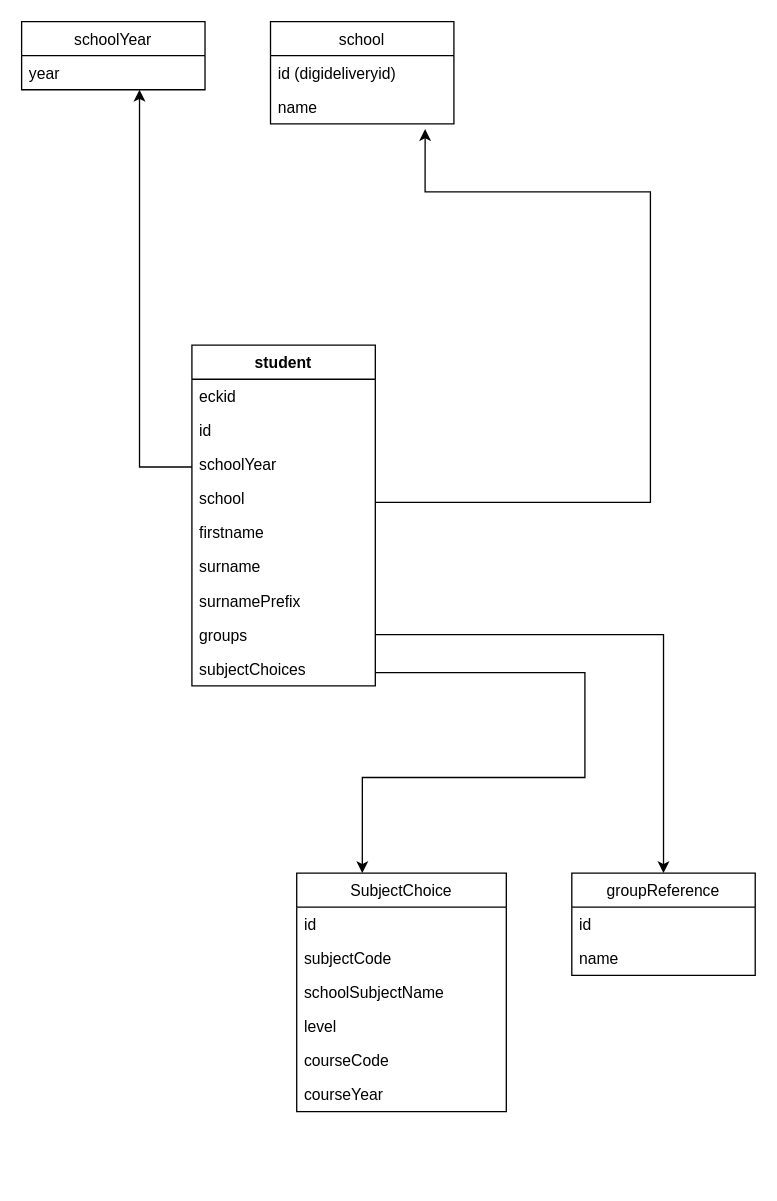
stichtingsem/ecosystem keeps this draw.io diagram as page "Student" (2 of 3) of documentation/diagrams/SIS-Entity-Diagram.drawio. Above is the earlier version. Source tidied: cells renumbered, new cells numbered last; positions are measured from the earlier drawing's top-left corner, leaving out a move shared by most shapes. Both pictures are drawn from the tidied source at 131%, with x=0, y=0 at pixel (21, 21).
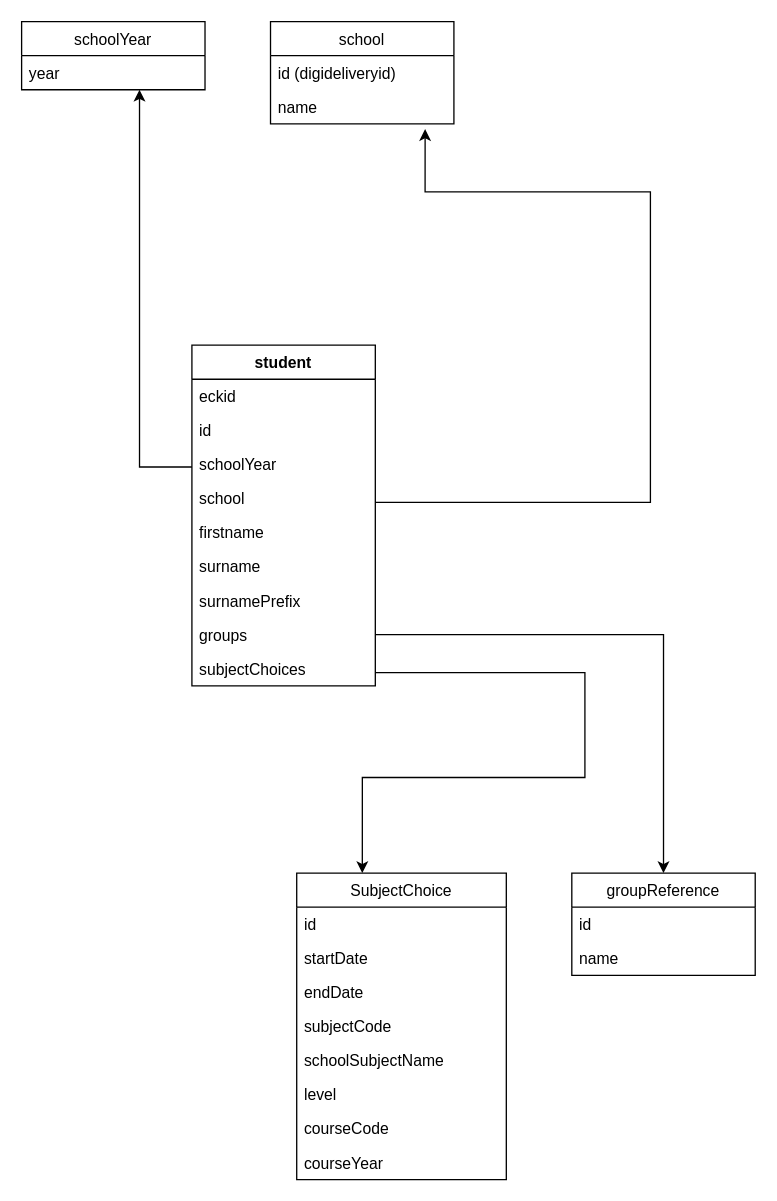
The same page after the edit.

Diff of the diagram source:
```diff
@@
     <mxCell id="2" value="SubjectChoice" style="swimlane;fontStyle=0;horizontal=1;startSize=26;fillColor=none;" parent="1" vertex="1">
-      <mxGeometry x="210" y="650" width="160" height="182" as="geometry" />
+      <mxGeometry x="210" y="650" width="160" height="234" as="geometry" />
     </mxCell>
+    <mxCell id="31" value="id" style="text;strokeColor=none;fillColor=none;align=left;verticalAlign=top;spacingLeft=4;spacingRight=4;overflow=hidden;" parent="2" vertex="1">
+      <mxGeometry y="26" width="160" height="26" as="geometry" />
+    </mxCell>
+    <mxCell id="32" value="startDate" style="text;strokeColor=none;fillColor=none;align=left;verticalAlign=top;spacingLeft=4;spacingRight=4;overflow=hidden;" parent="2" vertex="1">
+      <mxGeometry y="52" width="160" height="26" as="geometry" />
+    </mxCell>
-    <mxCell id="3" value="id" style="text;strokeColor=none;fillColor=none;align=left;verticalAlign=top;spacingLeft=4;spacingRight=4;overflow=hidden;" parent="2" vertex="1">
-      <mxGeometry y="26" width="160" height="26" as="geometry" />
+    <mxCell id="3" value="endDate" style="text;strokeColor=none;fillColor=none;align=left;verticalAlign=top;spacingLeft=4;spacingRight=4;overflow=hidden;" parent="2" vertex="1">
+      <mxGeometry y="78" width="160" height="26" as="geometry" />
     </mxCell>
     <mxCell id="4" value="subjectCode" style="text;strokeColor=none;fillColor=none;align=left;verticalAlign=top;spacingLeft=4;spacingRight=4;overflow=hidden;" parent="2" vertex="1">
-      <mxGeometry y="52" width="160" height="26" as="geometry" />
+      <mxGeometry y="104" width="160" height="26" as="geometry" />
     </mxCell>
     <mxCell id="5" value="schoolSubjectName" style="text;strokeColor=none;fillColor=none;align=left;verticalAlign=top;spacingLeft=4;spacingRight=4;overflow=hidden;" parent="2" vertex="1">
-      <mxGeometry y="78" width="160" height="26" as="geometry" />
+      <mxGeometry y="130" width="160" height="26" as="geometry" />
     </mxCell>
     <mxCell id="6" value="level" style="text;strokeColor=none;fillColor=none;align=left;verticalAlign=top;spacingLeft=4;spacingRight=4;overflow=hidden;" parent="2" vertex="1">
-      <mxGeometry y="104" width="160" height="26" as="geometry" />
+      <mxGeometry y="156" width="160" height="26" as="geometry" />
     </mxCell>
     <mxCell id="7" value="courseCode" style="text;strokeColor=none;fillColor=none;align=left;verticalAlign=top;spacingLeft=4;spacingRight=4;overflow=hidden;" parent="2" vertex="1">
-      <mxGeometry y="130" width="160" height="26" as="geometry" />
+      <mxGeometry y="182" width="160" height="26" as="geometry" />
     </mxCell>
     <mxCell id="8" value="courseYear" style="text;strokeColor=none;fillColor=none;align=left;verticalAlign=top;spacingLeft=4;spacingRight=4;overflow=hidden;" parent="2" vertex="1">
-      <mxGeometry y="156" width="160" height="26" as="geometry" />
+      <mxGeometry y="208" width="160" height="26" as="geometry" />
     </mxCell>
```
